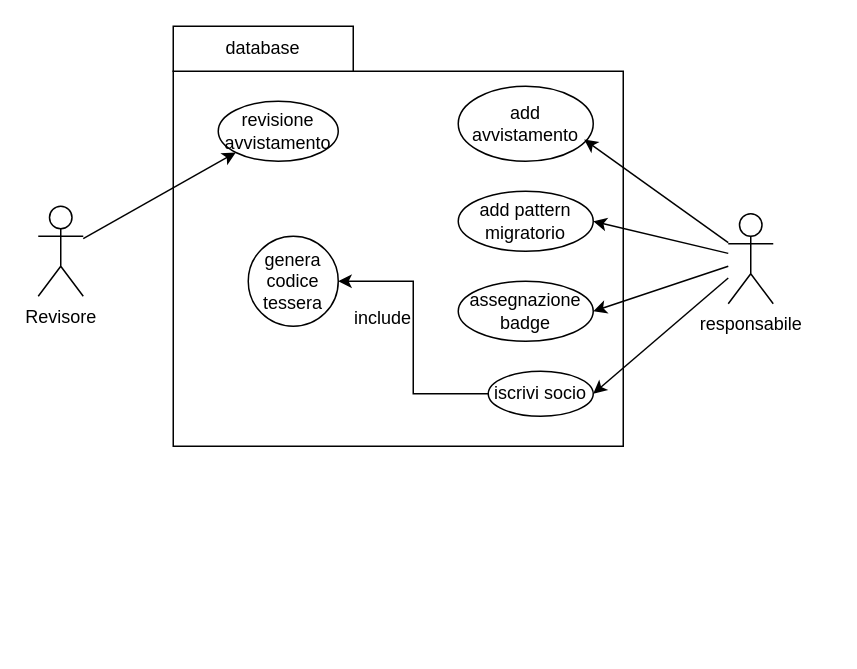
uni-aca100/db-uni keeps this draw.io diagram as page "Page-3" (3 of 3) of document/DiagramUse.drawio. Above is the earlier version. Source tidied: cells renumbered, new cells numbered last; positions are measured from the earlier drawing's top-left corner, leaving out a move shared by most shapes. Both pictures are drawn from the tidied source at 150%, with x=0, y=0 at pixel (38, 26).
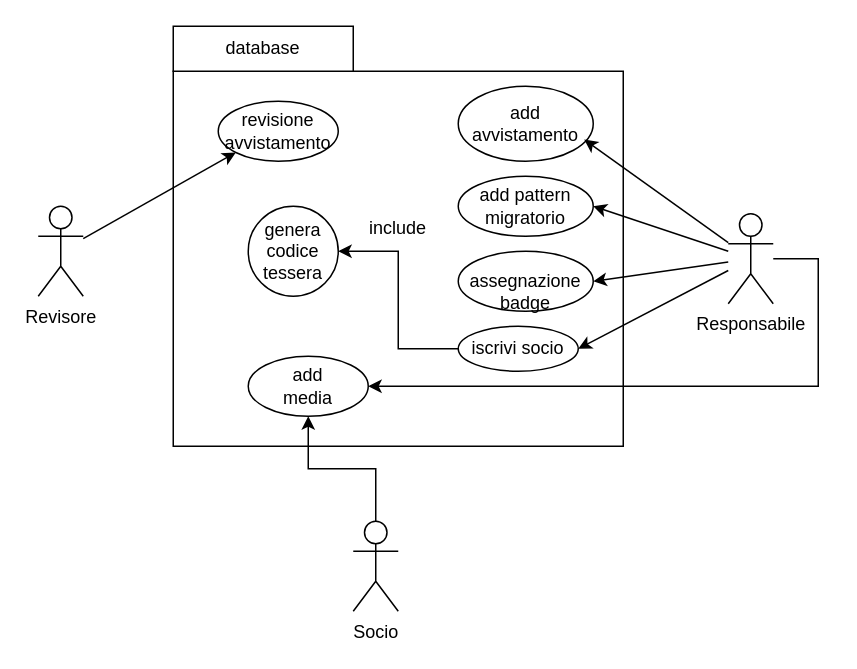
After the change.

Diff of the diagram source:
```diff
@@
     <mxCell id="8" value="&lt;div&gt;genera&lt;/div&gt;&lt;div&gt;codice&lt;/div&gt;&lt;div&gt;tessera&lt;/div&gt;" style="ellipse;whiteSpace=wrap;html=1;" parent="1" vertex="1">
-      <mxGeometry x="140" y="140" width="60" height="60" as="geometry" />
+      <mxGeometry x="140" y="120" width="60" height="60" as="geometry" />
     </mxCell>
@@
     <mxCell id="10" value="iscrivi socio" style="ellipse;whiteSpace=wrap;html=1;" parent="1" vertex="1">
-      <mxGeometry x="300" y="230" width="70" height="30" as="geometry" />
+      <mxGeometry x="280" y="200" width="80" height="30" as="geometry" />
     </mxCell>
     <mxCell id="11" value="&lt;div&gt;add pattern&lt;/div&gt;&lt;div&gt;migratorio&lt;/div&gt;" style="ellipse;whiteSpace=wrap;html=1;" parent="1" vertex="1">
-      <mxGeometry x="280" y="110" width="90" height="40" as="geometry" />
+      <mxGeometry x="280" y="100" width="90" height="40" as="geometry" />
     </mxCell>
-    <mxCell id="12" value="&lt;div&gt;assegnazione&lt;/div&gt;&lt;div&gt;badge&lt;/div&gt;" style="ellipse;whiteSpace=wrap;html=1;" parent="1" vertex="1">
-      <mxGeometry x="280" y="170" width="90" height="40" as="geometry" />
+    <mxCell id="12" value="&lt;div&gt;&lt;br&gt;&lt;/div&gt;&lt;div&gt;assegnazione&lt;/div&gt;&lt;div&gt;badge&lt;/div&gt;" style="ellipse;whiteSpace=wrap;html=1;" parent="1" vertex="1">
+      <mxGeometry x="280" y="150" width="90" height="40" as="geometry" />
     </mxCell>
-    <mxCell id="13" value="responsabile" style="shape=umlActor;verticalLabelPosition=bottom;verticalAlign=top;html=1;outlineConnect=0;" parent="1" vertex="1">
+    <mxCell id="13" value="Responsabile" style="shape=umlActor;verticalLabelPosition=bottom;verticalAlign=top;html=1;outlineConnect=0;" parent="1" vertex="1">
       <mxGeometry x="460" y="125" width="30" height="60" as="geometry" />
     </mxCell>
@@
     <mxCell id="18" value="include" style="text;html=1;align=center;verticalAlign=middle;whiteSpace=wrap;rounded=0;" parent="1" vertex="1">
-      <mxGeometry x="200" y="180" width="60" height="30" as="geometry" />
+      <mxGeometry x="210" y="120" width="60" height="30" as="geometry" />
     </mxCell>
+    <mxCell id="19" value="&lt;div&gt;add&lt;/div&gt;&lt;div&gt;media&lt;/div&gt;" style="ellipse;whiteSpace=wrap;html=1;" parent="1" vertex="1">
+      <mxGeometry x="140" y="220" width="80" height="40" as="geometry" />
+    </mxCell>
+    <mxCell id="20" style="edgeStyle=orthogonalEdgeStyle;rounded=0;jettySize=auto;html=1;entryX=0.5;entryY=1;entryDx=0;entryDy=0;" parent="1" edge="1" source="21" target="19">
+      <mxGeometry relative="1" as="geometry" />
+    </mxCell>
+    <mxCell id="21" value="Socio" style="shape=umlActor;verticalLabelPosition=bottom;verticalAlign=top;html=1;outlineConnect=0;" parent="1" vertex="1">
+      <mxGeometry x="210" y="330" width="30" height="60" as="geometry" />
+    </mxCell>
+    <mxCell id="22" style="endArrow=classic;html=1;rounded=0;entryX=1;entryY=0.5;entryDx=0;entryDy=0;edgeStyle=orthogonalEdgeStyle;" parent="1" edge="1" source="13" target="19">
+      <mxGeometry relative="1" as="geometry">
+        <Array as="points">
+          <mxPoint x="520" y="155" />
+          <mxPoint x="520" y="240" />
+        </Array>
+      </mxGeometry>
+    </mxCell>
```
